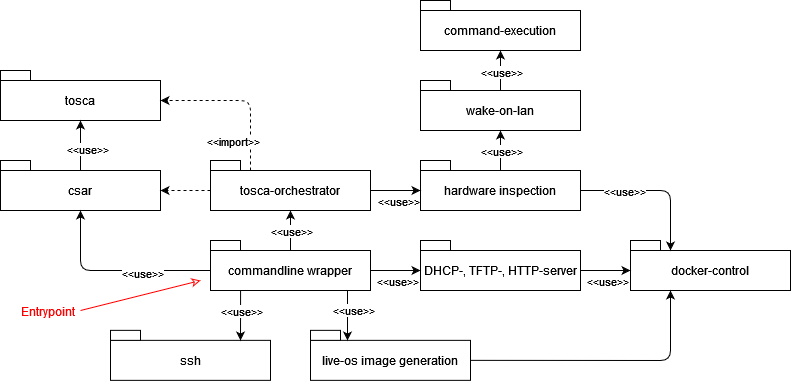
Before: tex/images/packages.png, a diagram exported from draw.io (thetillhoff/master-thesis). Source tidied: cells renumbered, new cells last; positions are measured from the earlier drawing's top-left corner, leaving out a move shared by most shapes.
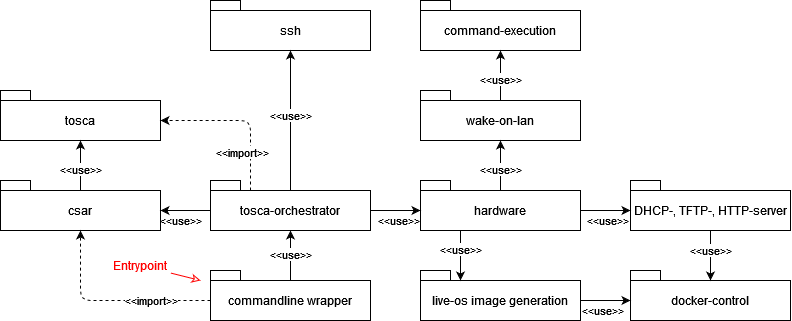
After the change.

Commit message:
added current state of design/packages chapter

The edit, as a diff of the source:
```diff
@@ -12,7 +12,7 @@
       <mxGeometry width="30" height="10" as="geometry" />
     </mxCell>
     <mxCell id="5" style="group;" parent="1" vertex="1">
-      <mxGeometry y="70" width="160" height="50" as="geometry" />
+      <mxGeometry y="60" width="160" height="50" as="geometry" />
     </mxCell>
     <mxCell id="6" value="tosca" style="rounded=0;whiteSpace=wrap;html=1;" parent="5" vertex="1">
       <mxGeometry y="10" width="160" height="40" as="geometry" />
@@ -21,7 +21,7 @@
       <mxGeometry width="30" height="10" as="geometry" />
     </mxCell>
     <mxCell id="8" style="group;" parent="1" vertex="1">
-      <mxGeometry x="420" width="160" height="50" as="geometry" />
+      <mxGeometry x="420" y="-30" width="160" height="50" as="geometry" />
     </mxCell>
     <mxCell id="9" value="command-execution" style="rounded=0;whiteSpace=wrap;html=1;" parent="8" vertex="1">
       <mxGeometry y="10" width="160" height="40" as="geometry" />
@@ -30,7 +30,7 @@
       <mxGeometry width="30" height="10" as="geometry" />
     </mxCell>
     <mxCell id="11" style="group;" parent="1" vertex="1">
-      <mxGeometry y="160" width="160" height="50" as="geometry" />
+      <mxGeometry y="150" width="160" height="50" as="geometry" />
     </mxCell>
     <mxCell id="12" value="csar" style="rounded=0;whiteSpace=wrap;html=1;" parent="11" vertex="1">
       <mxGeometry y="10" width="160" height="40" as="geometry" />
@@ -48,7 +48,7 @@
       <mxGeometry width="30" height="10" as="geometry" />
     </mxCell>
     <mxCell id="17" style="group;" parent="1" vertex="1">
-      <mxGeometry x="310" y="329.9" width="160" height="50" as="geometry" />
+      <mxGeometry x="420" y="240" width="160" height="50" as="geometry" />
     </mxCell>
     <mxCell id="18" value="live-os image generation" style="rounded=0;whiteSpace=wrap;html=1;" parent="17" vertex="1">
       <mxGeometry y="10" width="160" height="40" as="geometry" />
@@ -57,7 +57,7 @@
       <mxGeometry width="30" height="10" as="geometry" />
     </mxCell>
     <mxCell id="20" style="group;" parent="1" vertex="1">
-      <mxGeometry x="420" y="240" width="160" height="50" as="geometry" />
+      <mxGeometry x="630" y="150" width="160" height="50" as="geometry" />
     </mxCell>
     <mxCell id="21" value="DHCP-, TFTP-, HTTP-server" style="rounded=0;whiteSpace=wrap;html=1;" parent="20" vertex="1">
       <mxGeometry y="10" width="160" height="40" as="geometry" />
@@ -66,7 +66,7 @@
       <mxGeometry width="30" height="10" as="geometry" />
     </mxCell>
     <mxCell id="23" style="group;" parent="1" vertex="1">
-      <mxGeometry x="420" y="80" width="160" height="50" as="geometry" />
+      <mxGeometry x="420" y="60" width="160" height="50" as="geometry" />
     </mxCell>
     <mxCell id="24" value="wake-on-lan" style="rounded=0;whiteSpace=wrap;html=1;" parent="23" vertex="1">
       <mxGeometry y="10" width="160" height="40" as="geometry" />
@@ -75,7 +75,7 @@
       <mxGeometry width="30" height="10" as="geometry" />
     </mxCell>
     <mxCell id="26" style="group;" parent="1" vertex="1">
-      <mxGeometry x="110" y="329.9" width="160" height="50" as="geometry" />
+      <mxGeometry x="210" y="-30" width="160" height="50" as="geometry" />
     </mxCell>
     <mxCell id="27" value="ssh" style="rounded=0;whiteSpace=wrap;html=1;" parent="26" vertex="1">
       <mxGeometry y="10" width="160" height="40" as="geometry" />
@@ -83,26 +83,20 @@
     <mxCell id="28" style="rounded=0;whiteSpace=wrap;html=1;" parent="26" vertex="1">
       <mxGeometry width="30" height="10" as="geometry" />
     </mxCell>
-    <mxCell id="29" style="endArrow=classic;html=1;rounded=1;exitX=0.188;exitY=1;exitDx=0;exitDy=0;exitPerimeter=0;" parent="1" edge="1" source="3">
-      <mxGeometry relative="1" as="geometry">
-        <mxPoint x="240" y="340" as="targetPoint" />
-      </mxGeometry>
+    <mxCell id="29" style="endArrow=classic;html=1;rounded=1;exitX=0.5;exitY=0;exitDx=0;exitDy=0;entryX=0.5;entryY=1;entryDx=0;entryDy=0;" parent="1" edge="1" source="36" target="27">
+      <mxGeometry relative="1" as="geometry" />
     </mxCell>
     <mxCell id="30" value="&amp;lt;&amp;lt;use&amp;gt;&amp;gt;" style="edgeLabel;html=1;align=center;verticalAlign=middle;" parent="29" vertex="1">
       <mxGeometry x="0.21" relative="1" as="geometry">
-        <mxPoint y="-10" as="offset" />
+        <mxPoint y="10" as="offset" />
       </mxGeometry>
     </mxCell>
-    <mxCell id="31" style="endArrow=classic;html=1;rounded=1;exitX=0;exitY=0.5;exitDx=0;exitDy=0;entryX=0.5;entryY=1;entryDx=0;entryDy=0;" parent="1" edge="1" source="3" target="12">
-      <mxGeometry relative="1" as="geometry">
-        <Array as="points">
-          <mxPoint x="80" y="270" />
-        </Array>
-      </mxGeometry>
+    <mxCell id="31" style="endArrow=classic;html=1;rounded=1;exitX=0;exitY=0.5;exitDx=0;exitDy=0;entryX=1;entryY=0.5;entryDx=0;entryDy=0;" parent="1" edge="1" source="36" target="12">
+      <mxGeometry relative="1" as="geometry" />
     </mxCell>
-    <mxCell id="32" value="&amp;lt;&amp;lt;use&amp;gt;&amp;gt;" style="edgeLabel;html=1;align=center;verticalAlign=middle;" parent="31" vertex="1">
+    <mxCell id="32" value="&amp;lt;&amp;lt;use&amp;gt;&amp;gt;" style="edgeLabel;html=1;align=center;verticalAlign=middle;labelBackgroundColor=none;" parent="31" vertex="1">
       <mxGeometry x="0.57" y="1" relative="1" as="geometry">
-        <mxPoint x="62" y="21" as="offset" />
+        <mxPoint x="9" y="9" as="offset" />
       </mxGeometry>
     </mxCell>
     <mxCell id="33" style="endArrow=classic;html=1;rounded=0;" parent="1" edge="1" source="3" target="36">
@@ -114,7 +108,7 @@
       </mxGeometry>
     </mxCell>
     <mxCell id="35" style="group;" parent="1" vertex="1">
-      <mxGeometry x="210" y="160" width="160" height="50" as="geometry" />
+      <mxGeometry x="210" y="150" width="160" height="50" as="geometry" />
     </mxCell>
     <mxCell id="36" value="tosca-orchestrator" style="rounded=0;whiteSpace=wrap;html=1;" parent="35" vertex="1">
       <mxGeometry y="10" width="160" height="40" as="geometry" />
@@ -127,13 +121,13 @@
     </mxCell>
     <mxCell id="39" value="&amp;lt;&amp;lt;use&amp;gt;&amp;gt;" style="edgeLabel;html=1;align=center;verticalAlign=middle;" parent="38" vertex="1">
       <mxGeometry x="-0.37" y="1" relative="1" as="geometry">
-        <mxPoint x="7" y="-6" as="offset" />
+        <mxPoint x="1" y="-6" as="offset" />
       </mxGeometry>
     </mxCell>
     <mxCell id="40" style="group;" parent="1" vertex="1">
-      <mxGeometry x="420" y="160" width="160" height="50" as="geometry" />
+      <mxGeometry x="420" y="150" width="160" height="50" as="geometry" />
     </mxCell>
-    <mxCell id="41" value="hardware inspection" style="rounded=0;whiteSpace=wrap;html=1;" parent="40" vertex="1">
+    <mxCell id="41" value="hardware" style="rounded=0;whiteSpace=wrap;html=1;" parent="40" vertex="1">
       <mxGeometry y="10" width="160" height="40" as="geometry" />
     </mxCell>
     <mxCell id="42" style="rounded=0;whiteSpace=wrap;html=1;" parent="40" vertex="1">
@@ -147,10 +141,19 @@
         <mxPoint x="1" y="-10" as="offset" />
       </mxGeometry>
     </mxCell>
-    <mxCell id="45" style="endArrow=classic;html=1;rounded=0;dashed=1;" parent="1" edge="1" source="36" target="12">
-      <mxGeometry relative="1" as="geometry" />
+    <mxCell id="45" style="endArrow=classic;html=1;rounded=1;dashed=1;exitX=0;exitY=0.5;exitDx=0;exitDy=0;entryX=0.5;entryY=1;entryDx=0;entryDy=0;" parent="1" edge="1" source="3" target="12">
+      <mxGeometry relative="1" as="geometry">
+        <Array as="points">
+          <mxPoint x="80" y="270" />
+        </Array>
+      </mxGeometry>
     </mxCell>
+    <mxCell id="63" value="&amp;lt;&amp;lt;import&amp;gt;&amp;gt;" style="edgeLabel;html=1;align=center;verticalAlign=middle;" parent="45" vertex="1">
+      <mxGeometry x="-0.25" y="2" relative="1" as="geometry">
+        <mxPoint x="16" y="-2" as="offset" />
+      </mxGeometry>
+    </mxCell>
-    <mxCell id="46" style="endArrow=classic;html=1;rounded=0;entryX=0;entryY=0.5;entryDx=0;entryDy=0;exitX=1;exitY=0.5;exitDx=0;exitDy=0;" parent="1" edge="1" source="36" target="41">
+    <mxCell id="46" style="endArrow=classic;html=1;rounded=1;entryX=0;entryY=0.5;entryDx=0;entryDy=0;exitX=1;exitY=0.5;exitDx=0;exitDy=0;" parent="1" edge="1" source="36" target="41">
       <mxGeometry relative="1" as="geometry" />
     </mxCell>
     <mxCell id="47" value="&amp;lt;&amp;lt;use&amp;gt;&amp;gt;" style="edgeLabel;html=1;align=center;verticalAlign=middle;labelBackgroundColor=none;" parent="46" vertex="1">
@@ -161,36 +164,21 @@
     <mxCell id="48" style="endArrow=classic;html=1;rounded=1;entryX=1;entryY=0.5;entryDx=0;entryDy=0;exitX=0.25;exitY=0;exitDx=0;exitDy=0;dashed=1;" parent="1" edge="1" source="36" target="6">
       <mxGeometry relative="1" as="geometry">
         <Array as="points">
-          <mxPoint x="250" y="100" />
+          <mxPoint x="250" y="90" />
         </Array>
       </mxGeometry>
     </mxCell>
     <mxCell id="49" value="&amp;lt;&amp;lt;import&amp;gt;&amp;gt;" style="edgeLabel;html=1;align=center;verticalAlign=middle;" parent="48" vertex="1">
       <mxGeometry x="0.61" y="1" relative="1" as="geometry">
-        <mxPoint x="41" y="39" as="offset" />
+        <mxPoint x="51" y="31" as="offset" />
       </mxGeometry>
     </mxCell>
-    <mxCell id="50" style="endArrow=classic;html=1;rounded=1;exitX=1;exitY=0.5;exitDx=0;exitDy=0;entryX=0.25;entryY=0;entryDx=0;entryDy=0;" parent="1" edge="1" source="41" target="15">
-      <mxGeometry relative="1" as="geometry">
-        <Array as="points">
-          <mxPoint x="670" y="190" />
-        </Array>
-      </mxGeometry>
-    </mxCell>
-    <mxCell id="51" value="&amp;lt;&amp;lt;use&amp;gt;&amp;gt;" style="edgeLabel;html=1;align=center;verticalAlign=middle;" parent="50" vertex="1">
-      <mxGeometry x="-0.37" y="-1" relative="1" as="geometry">
-        <mxPoint x="-4" y="-1" as="offset" />
-      </mxGeometry>
-    </mxCell>
-    <mxCell id="52" style="endArrow=classic;html=1;rounded=0;" parent="1" edge="1">
-      <mxGeometry relative="1" as="geometry">
-        <mxPoint x="347" y="290" as="sourcePoint" />
-        <mxPoint x="347" y="340" as="targetPoint" />
-      </mxGeometry>
+    <mxCell id="52" style="endArrow=classic;html=1;rounded=1;entryX=0.25;entryY=0;entryDx=0;entryDy=0;exitX=0.25;exitY=1;exitDx=0;exitDy=0;" parent="1" edge="1" source="41" target="18">
+      <mxGeometry relative="1" as="geometry" />
     </mxCell>
     <mxCell id="53" value="&amp;lt;&amp;lt;use&amp;gt;&amp;gt;" style="edgeLabel;html=1;align=center;verticalAlign=middle;" parent="52" vertex="1">
       <mxGeometry x="-0.52" relative="1" as="geometry">
-        <mxPoint x="5" y="8" as="offset" />
+        <mxPoint y="7" as="offset" />
       </mxGeometry>
     </mxCell>
     <mxCell id="54" style="endArrow=classic;html=1;rounded=0;" parent="1" edge="1" source="24" target="9">
@@ -201,14 +189,17 @@
         <mxPoint y="-12" as="offset" />
       </mxGeometry>
     </mxCell>
-    <mxCell id="56" style="endArrow=classic;html=1;rounded=1;exitX=1;exitY=0.5;exitDx=0;exitDy=0;entryX=0.25;entryY=1;entryDx=0;entryDy=0;" parent="1" edge="1" source="18" target="15">
+    <mxCell id="56" style="endArrow=classic;html=1;rounded=1;exitX=1;exitY=0.5;exitDx=0;exitDy=0;" parent="1" edge="1" source="18">
       <mxGeometry relative="1" as="geometry">
-        <Array as="points">
-          <mxPoint x="670" y="360" />
-        </Array>
+        <mxPoint x="630" y="270" as="targetPoint" />
       </mxGeometry>
     </mxCell>
+    <mxCell id="51" value="&amp;lt;&amp;lt;use&amp;gt;&amp;gt;" style="edgeLabel;html=1;align=center;verticalAlign=middle;labelBackgroundColor=none;" parent="56" vertex="1">
+      <mxGeometry x="-0.65" y="1" relative="1" as="geometry">
+        <mxPoint x="12" y="11" as="offset" />
+      </mxGeometry>
+    </mxCell>
-    <mxCell id="57" style="endArrow=classic;html=1;rounded=1;entryX=0;entryY=0.5;entryDx=0;entryDy=0;exitX=1;exitY=0.5;exitDx=0;exitDy=0;" parent="1" edge="1" source="3" target="21">
+    <mxCell id="57" style="endArrow=classic;html=1;rounded=1;entryX=0;entryY=0.5;entryDx=0;entryDy=0;exitX=1;exitY=0.5;exitDx=0;exitDy=0;" parent="1" edge="1" source="41" target="21">
       <mxGeometry relative="1" as="geometry" />
     </mxCell>
     <mxCell id="58" value="&amp;lt;&amp;lt;use&amp;gt;&amp;gt;" style="edgeLabel;html=1;align=center;verticalAlign=middle;labelBackgroundColor=none;" parent="57" vertex="1">
@@ -216,21 +207,20 @@
         <mxPoint x="-8" y="9" as="offset" />
       </mxGeometry>
     </mxCell>
-    <mxCell id="59" style="endArrow=classic;html=1;rounded=1;exitX=1;exitY=0.5;exitDx=0;exitDy=0;entryX=0;entryY=0.5;entryDx=0;entryDy=0;" parent="1" edge="1" source="21" target="15">
+    <mxCell id="59" style="endArrow=classic;html=1;rounded=1;exitX=0.5;exitY=1;exitDx=0;exitDy=0;entryX=0.5;entryY=0;entryDx=0;entryDy=0;" parent="1" edge="1" source="21" target="15">
       <mxGeometry relative="1" as="geometry" />
     </mxCell>
-    <mxCell id="60" value="&amp;lt;&amp;lt;use&amp;gt;&amp;gt;" style="edgeLabel;html=1;align=center;verticalAlign=middle;labelBackgroundColor=none;" parent="59" vertex="1">
+    <mxCell id="60" value="&amp;lt;&amp;lt;use&amp;gt;&amp;gt;" style="edgeLabel;html=1;align=center;verticalAlign=middle;labelBackgroundColor=default;" parent="59" vertex="1">
       <mxGeometry x="0.22" relative="1" as="geometry">
-        <mxPoint x="-4" y="10" as="offset" />
+        <mxPoint y="-11" as="offset" />
       </mxGeometry>
     </mxCell>
     <mxCell id="61" value="Entrypoint" style="text;html=1;strokeColor=none;fillColor=none;align=center;verticalAlign=middle;whiteSpace=wrap;rounded=0;labelBackgroundColor=none;fontColor=#FF0000;" parent="1" vertex="1">
-      <mxGeometry x="18" y="296" width="60" height="30" as="geometry" />
+      <mxGeometry x="110" y="220" width="60" height="30" as="geometry" />
     </mxCell>
-    <mxCell id="62" style="endArrow=classic;html=1;rounded=1;fontColor=#FF0000;strokeColor=#FF0000;endFill=0;" parent="1" edge="1">
+    <mxCell id="62" style="endArrow=classic;html=1;rounded=1;fontColor=#FF0000;strokeColor=#FF0000;endFill=0;exitX=1;exitY=0.75;exitDx=0;exitDy=0;" parent="1" edge="1" source="61">
       <mxGeometry relative="1" as="geometry">
-        <mxPoint x="80" y="310" as="sourcePoint" />
-        <mxPoint x="200" y="280" as="targetPoint" />
+        <mxPoint x="200" y="250" as="targetPoint" />
       </mxGeometry>
     </mxCell>
   </root>
```
